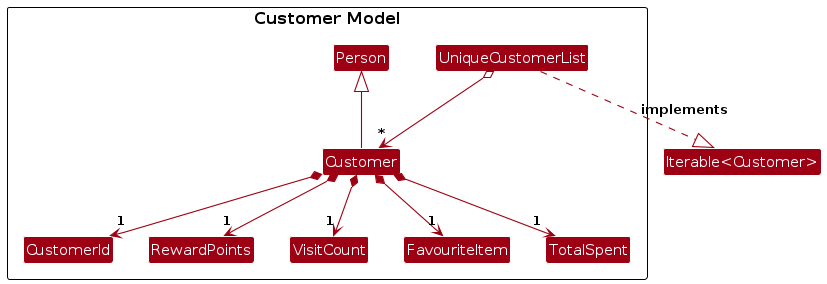
Earlier version of the PlantUML export diagrams/CustomerModelClassDiagram.png (loyaltypollution/tp). Its source is kept beside it as diagrams/CustomerModelClassDiagram.puml.
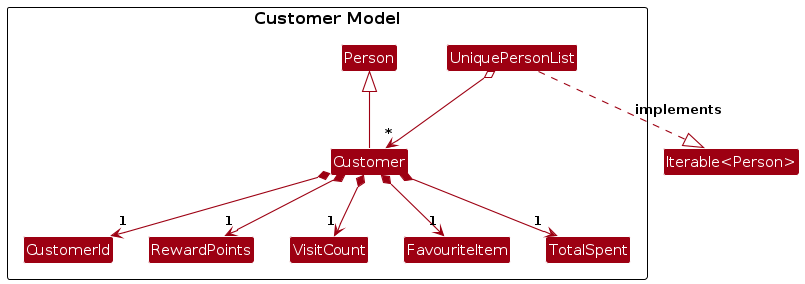
After the change.

What changed in the source:
```diff
@@ -79,21 +79,22 @@
         + toString(): String
     }
 
-    class UniqueCustomerList {
-        - internalList: ObservableList<Customer>
-        - internalUnmodifiableList: ObservableList<Customer>
-        + contains(Customer): boolean
-        + add(Customer): void
-        + setCustomer(Customer, Customer): void
-        + remove(Customer): void
-        + setCustomers(List<Customer>): void
-        + setCustomers(UniqueCustomerList): void
-        + asUnmodifiableObservableList(): ObservableList<Customer>
-        + iterator(): Iterator<Customer>
+    class UniquePersonList {
+        - internalList: ObservableList<Person>
+        - internalUnmodifiableList: ObservableList<Person>
+        + contains(Person): boolean
+        + add(Person): void
+        + setPerson(Person, Person): void
+        + remove(Person): void
+        + setPersons(List<Person>): void
+        + setPersons(UniquePersonList): void
+        + asUnmodifiableObservableList(): ObservableList<Person>
+        + getFilteredList<T extends Person>(Class<T>): FilteredList<T>
+        + iterator(): Iterator<Person>
         + equals(Object): boolean
         + hashCode(): int
         + toString(): String
-        - customersAreUnique(List<Customer>): boolean
+        - personsAreUnique(List<Person>): boolean
     }
 }
 
@@ -104,7 +105,7 @@
 Customer *--> "1" FavouriteItem
 Customer *--> "1" TotalSpent
 
-UniqueCustomerList o--> "*" Customer
-UniqueCustomerList ..|> "Iterable<Customer>" : implements
+UniquePersonList o--> "*" Customer
+UniquePersonList ..|> "Iterable<Person>" : implements
 
 @enduml
```
